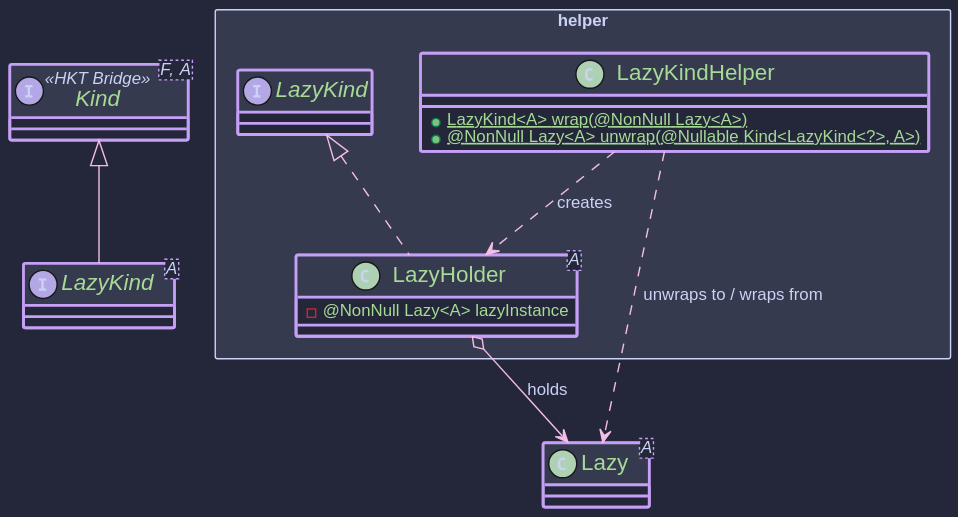
This is hkj-book/src/images/puml/lazy_kind.svg from higher-kinded-j/higher-kinded-j, a PlantUML export, as it was before one commit. Source of this version:
```plantuml
@startuml
!include https://raw.githubusercontent.com/ncosta-ic/catppuccin-macchiato-plantuml-theme/main/theme.puml
interface Kind<F, A> <<HKT Bridge>>

interface LazyKind<A> extends Kind<LazyKind<?>, A> {
}

class Lazy<A> {
}

package helper <<Rectangle>> {
  class LazyKindHelper {
    + {static} LazyKind<A> wrap(@NonNull Lazy<A>)
    + {static} @NonNull Lazy<A> unwrap(@Nullable Kind<LazyKind<?>, A>)
  }

  class LazyHolder<A> implements LazyKind<A> {
    - @NonNull Lazy<A> lazyInstance
  }

  LazyKindHelper ..> LazyHolder : creates
  LazyKindHelper ..> Lazy : unwraps to / wraps from
  LazyHolder o--> Lazy : holds
}
@enduml
```
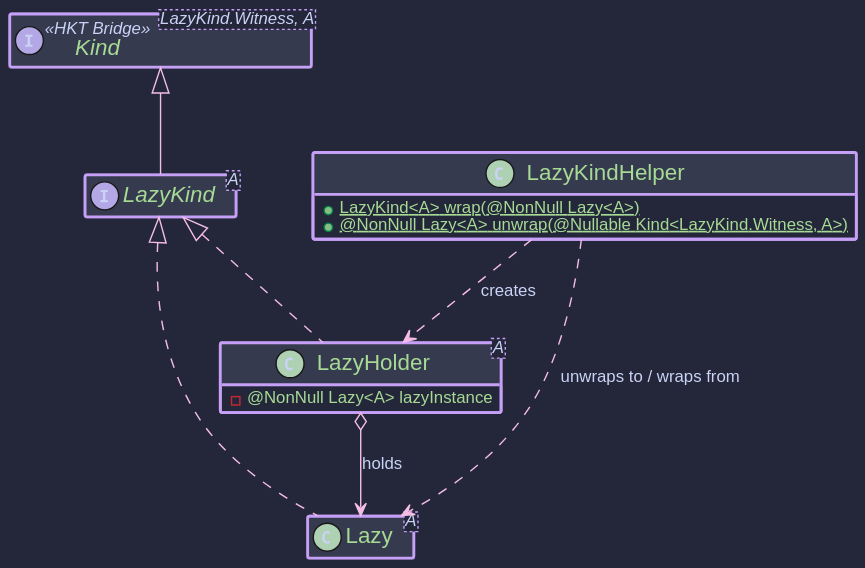
The same file after the commit.

The edit, as a diff of the source:
```diff
@@ -1,25 +1,27 @@
 @startuml
 !include https://raw.githubusercontent.com/ncosta-ic/catppuccin-macchiato-plantuml-theme/main/theme.puml
-interface Kind<F, A> <<HKT Bridge>>
 
-interface LazyKind<A> extends Kind<LazyKind<?>, A> {
+hide empty members
+
+interface Kind<LazyKind.Witness, A> <<HKT Bridge>>
+
+interface LazyKind<A> extends Kind<LazyKind.Witness, A> {
 }
 
-class Lazy<A> {
+class Lazy<A> implements LazyKind<A>{
 }
 
-package helper <<Rectangle>> {
-  class LazyKindHelper {
-    + {static} LazyKind<A> wrap(@NonNull Lazy<A>)
-    + {static} @NonNull Lazy<A> unwrap(@Nullable Kind<LazyKind<?>, A>)
-  }
 
-  class LazyHolder<A> implements LazyKind<A> {
-    - @NonNull Lazy<A> lazyInstance
-  }
+class LazyKindHelper {
++ {static} LazyKind<A> wrap(@NonNull Lazy<A>)
++ {static} @NonNull Lazy<A> unwrap(@Nullable Kind<LazyKind.Witness, A>)
+}
 
-  LazyKindHelper ..> LazyHolder : creates
-  LazyKindHelper ..> Lazy : unwraps to / wraps from
-  LazyHolder o--> Lazy : holds
+class LazyHolder<A> implements LazyKind<A> {
+- @NonNull Lazy<A> lazyInstance
 }
+
+LazyKindHelper ..> LazyHolder : creates
+LazyKindHelper ..> Lazy : unwraps to / wraps from
+LazyHolder o--> Lazy : holds
 @enduml
```
